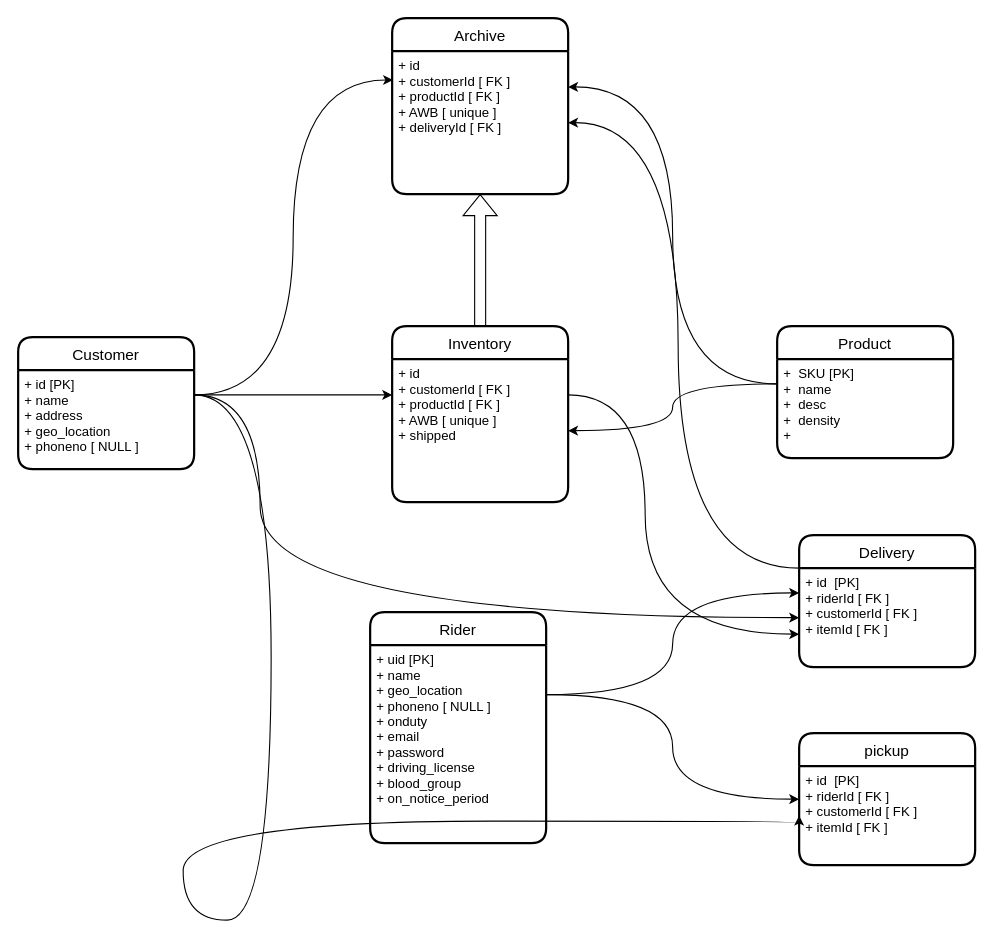
The draw.io diagram prisma/schema.drawio in IIT-Patna-Inter-IIT-Tech-Meet/grow-simplee-backend, before the edit. Source tidied: cells renumbered, new cells numbered last; positions are measured from the earlier drawing's top-left corner, leaving out a move shared by most shapes. Both pictures are drawn from the tidied source at 110%, with x=0, y=0 at pixel (18, 18).
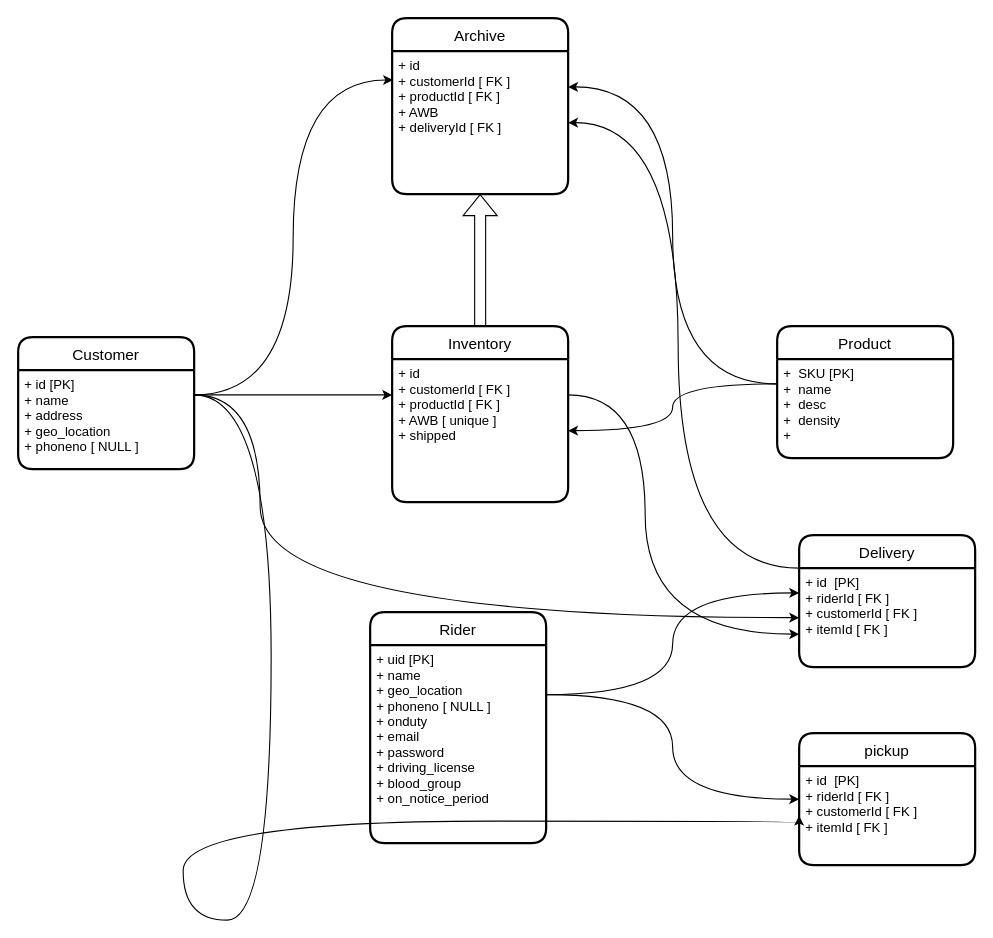
Above is the later version.

Commit message (it also covers changes not shown here):
Changes to database schema, normalized and updated prisma

The change refers to these unchanged cells:
```xml
<mxCell id="18" value="Archive" style="swimlane;horizontal=1;startSize=30;rounded=1;fontSize=14;fontStyle=0;strokeWidth=2;shadow=0;dashed=0;align=center;strokeColor=default;fontFamily=Helvetica;fontColor=default;fillColor=none;" parent="1" vertex="1">
  <mxGeometry x="340" width="160" height="160" as="geometry" />
</mxCell>
```

Diff of the diagram source:
```diff
@@
-    <mxCell id="19" value="+ id &#10;+ customerId [ FK ]&#10;+ productId [ FK ]&#10;+ AWB [ unique ]&#10;+ deliveryId [ FK ]" style="align=left;strokeColor=none;fillColor=none;spacingLeft=4;fontSize=12;verticalAlign=top;fontFamily=Helvetica;fontColor=default;startSize=0;" parent="18" vertex="1">
+    <mxCell id="19" value="+ id &#10;+ customerId [ FK ]&#10;+ productId [ FK ]&#10;+ AWB &#10;+ deliveryId [ FK ]" style="align=left;strokeColor=none;fillColor=none;spacingLeft=4;fontSize=12;verticalAlign=top;fontFamily=Helvetica;fontColor=default;startSize=0;" parent="18" vertex="1">
       <mxGeometry y="30" width="160" height="130" as="geometry" />
     </mxCell>
```
